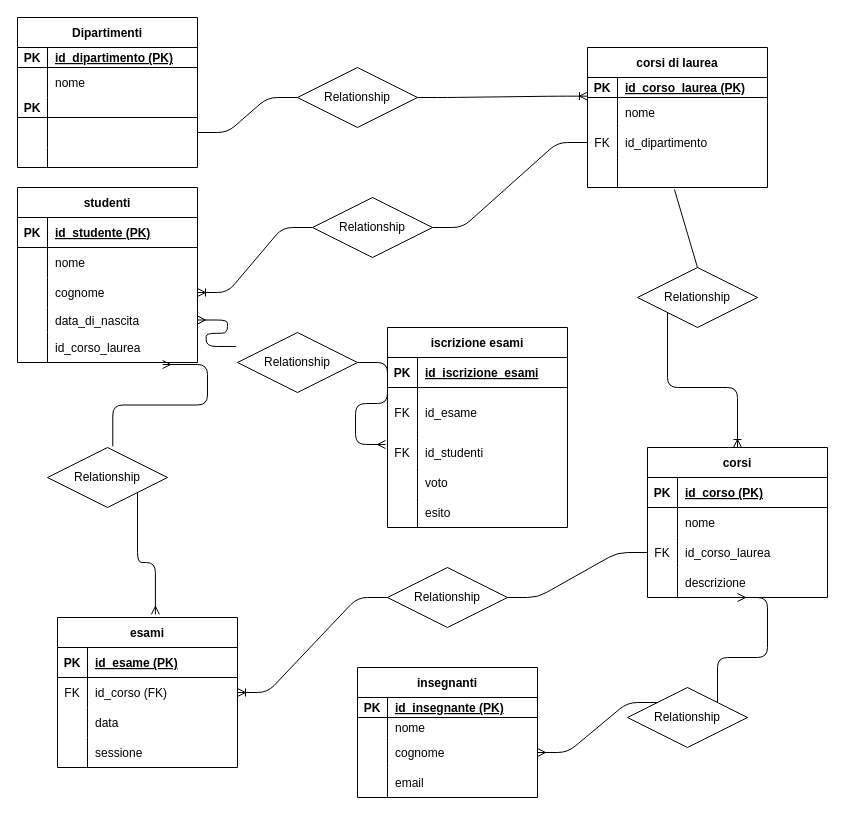
Before: university.drawio in LuigiSerra91/db-university, a draw.io diagram. Source tidied: cells renumbered, new cells numbered last; positions are measured from the earlier drawing's top-left corner, leaving out a move shared by most shapes. Both pictures are drawn from the tidied source at 100%, with x=0, y=0 at pixel (17, 17).
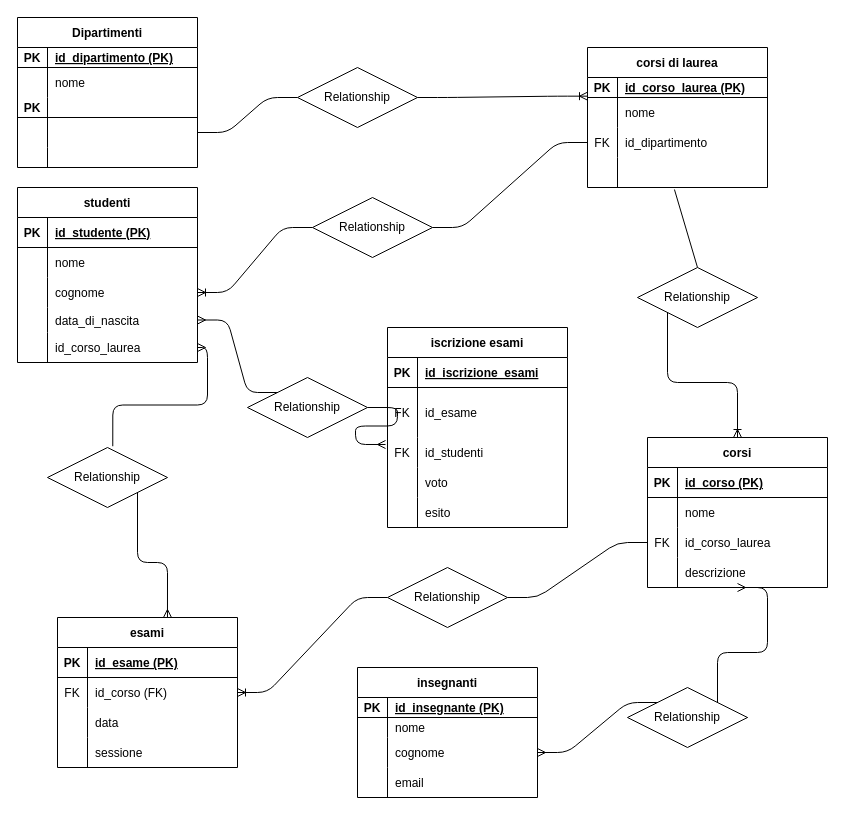
The same page after the edit.

Unchanged cells that the change refers to:
```xml
<mxCell id="66" value="esami" style="shape=table;startSize=30;childLayout=tableLayout;rowLines=0;fontStyle=1;align=center;" parent="1" vertex="1">
  <mxGeometry x="40" y="600" width="180" height="150" as="geometry" />
</mxCell>
<mxCell id="92" style="shape=tableRow;horizontal=0;startSize=0;swimlaneHead=0;swimlaneBody=0;fillColor=none;points=[[0,0.5],[1,0.5]];portConstraint=eastwest;top=0;left=0;right=0;bottom=0;" parent="82" vertex="1">
  <mxGeometry y="120" width="180" height="25" as="geometry" />
</mxCell>
<mxCell id="95" style="shape=tableRow;horizontal=0;startSize=0;swimlaneHead=0;swimlaneBody=0;fillColor=none;points=[[0,0.5],[1,0.5]];portConstraint=eastwest;top=0;left=0;right=0;bottom=0;" parent="82" vertex="1">
  <mxGeometry y="145" width="180" height="30" as="geometry" />
</mxCell>
<mxCell id="103" value="Relationship" style="shape=rhombus;perimeter=rhombusPerimeter;whiteSpace=wrap;html=1;align=center;" parent="1" vertex="1">
  <mxGeometry x="30" y="430" width="120" height="60" as="geometry" />
</mxCell>
```

The edit, as a diff of the source:
```diff
@@
     <mxCell id="34" value="corsi" style="shape=table;startSize=30;childLayout=tableLayout;rowLines=0;fontStyle=1;align=center;" parent="1" vertex="1">
-      <mxGeometry x="630" y="430" width="180" height="150" as="geometry" />
+      <mxGeometry x="630" y="420" width="180" height="150" as="geometry" />
     </mxCell>
@@
-    <mxCell id="101" style="fontSize=12;html=1;endArrow=ERmany;startArrow=none;entryX=0.806;entryY=1.067;entryDx=0;entryDy=0;entryPerimeter=0;exitX=0.544;exitY=-0.021;exitDx=0;exitDy=0;exitPerimeter=0;edgeStyle=orthogonalEdgeStyle;" parent="1" edge="1" source="103" target="95">
+    <mxCell id="101" style="fontSize=12;html=1;endArrow=ERmany;startArrow=none;entryX=1;entryY=0.5;entryDx=0;entryDy=0;exitX=0.544;exitY=-0.021;exitDx=0;exitDy=0;exitPerimeter=0;edgeStyle=orthogonalEdgeStyle;" parent="1" edge="1" source="103" target="95">
       <mxGeometry relative="1" as="geometry" />
     </mxCell>
-    <mxCell id="102" style="fontSize=12;html=1;endArrow=none;startArrow=ERmany;entryX=1;entryY=1;entryDx=0;entryDy=0;exitX=0.544;exitY=-0.021;exitDx=0;exitDy=0;exitPerimeter=0;edgeStyle=orthogonalEdgeStyle;" parent="1" edge="1" source="66" target="103">
+    <mxCell id="102" style="fontSize=12;html=1;endArrow=none;startArrow=ERmany;entryX=1;entryY=1;entryDx=0;entryDy=0;exitX=0.611;exitY=0;exitDx=0;exitDy=0;exitPerimeter=0;edgeStyle=orthogonalEdgeStyle;" parent="1" edge="1" source="66" target="103">
       <mxGeometry relative="1" as="geometry" />
     </mxCell>
@@
-    <mxCell id="120" style="edgeStyle=entityRelationEdgeStyle;fontSize=12;html=1;endArrow=ERmany;startArrow=none;entryX=1;entryY=0.5;entryDx=0;entryDy=0;exitX=-0.011;exitY=0.233;exitDx=0;exitDy=0;exitPerimeter=0;" parent="1" edge="1" source="122" target="92">
+    <mxCell id="120" style="edgeStyle=entityRelationEdgeStyle;fontSize=12;html=1;endArrow=ERmany;startArrow=none;entryX=1;entryY=0.5;entryDx=0;entryDy=0;exitX=0;exitY=0;exitDx=0;exitDy=0;" parent="1" edge="1" source="122" target="92">
       <mxGeometry relative="1" as="geometry" />
     </mxCell>
@@
     <mxCell id="122" value="Relationship" style="shape=rhombus;perimeter=rhombusPerimeter;whiteSpace=wrap;html=1;align=center;" parent="1" vertex="1">
-      <mxGeometry x="220" y="315" width="120" height="60" as="geometry" />
+      <mxGeometry x="230" y="360" width="120" height="60" as="geometry" />
     </mxCell>
```
